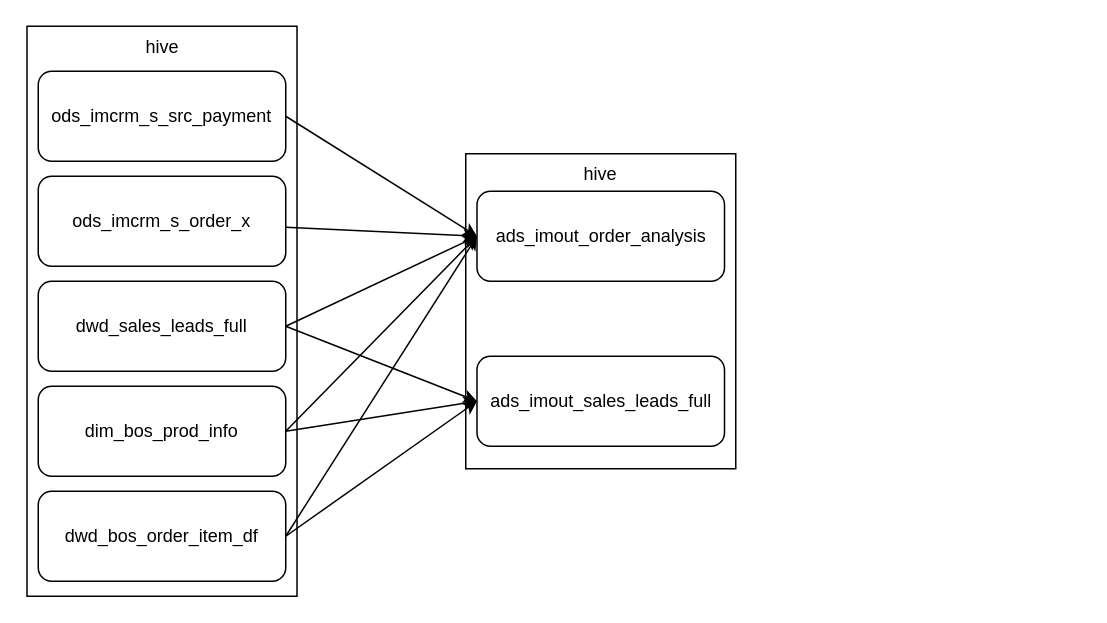
Earlier version of the draw.io diagram IM_数据中台_DS_订单表增加商品编码字段_数据链路图_V0.10.drawio (taitaibai/test). Source tidied: cells renumbered, new cells numbered last; positions are measured from the earlier drawing's top-left corner, leaving out a move shared by most shapes. Both pictures are drawn from the tidied source at 150%, with x=0, y=0 at pixel (27, 26).
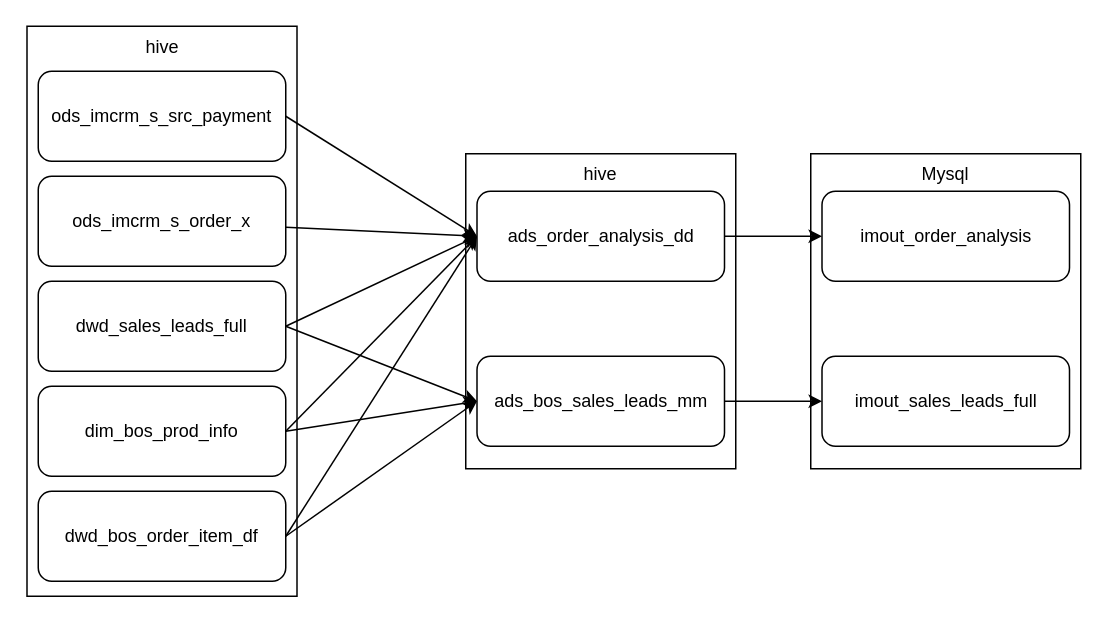
Above is the later version.

Commit message:
更新IM_数据中台_DS_订单表增加商品编码字段_数据链路图_V0.11.drawio

Diff of the diagram source:
```diff
@@
+    <mxCell id="19" value="Mysql" style="rounded=0;whiteSpace=wrap;html=1;verticalAlign=top;" parent="1" vertex="1">
+      <mxGeometry x="522" y="85" width="180" height="210" as="geometry" />
+    </mxCell>
@@
+    <mxCell id="20" style="edgeStyle=orthogonalEdgeStyle;rounded=0;jettySize=auto;html=1;entryX=0;entryY=0.5;entryDx=0;entryDy=0;" parent="1" edge="1" source="17" target="23">
+      <mxGeometry relative="1" as="geometry" />
+    </mxCell>
-    <mxCell id="17" value="ads_imout_sales_leads_full" style="rounded=1;whiteSpace=wrap;html=1;verticalAlign=middle;" parent="1" vertex="1">
+    <mxCell id="17" value="ads_bos_sales_leads_mm" style="rounded=1;whiteSpace=wrap;html=1;verticalAlign=middle;" parent="1" vertex="1">
       <mxGeometry x="299.5" y="220" width="165" height="60" as="geometry" />
     </mxCell>
+    <mxCell id="21" style="edgeStyle=orthogonalEdgeStyle;rounded=0;jettySize=auto;html=1;entryX=0;entryY=0.5;entryDx=0;entryDy=0;" parent="1" edge="1" source="18" target="22">
+      <mxGeometry relative="1" as="geometry" />
+    </mxCell>
-    <mxCell id="18" value="ads_imout_order_analysis" style="rounded=1;whiteSpace=wrap;html=1;verticalAlign=middle;" parent="1" vertex="1">
+    <mxCell id="18" value="ads_order_analysis_dd" style="rounded=1;whiteSpace=wrap;html=1;verticalAlign=middle;" parent="1" vertex="1">
       <mxGeometry x="299.5" y="110" width="165" height="60" as="geometry" />
     </mxCell>
+    <mxCell id="22" value="imout_order_analysis" style="rounded=1;whiteSpace=wrap;html=1;verticalAlign=middle;" parent="1" vertex="1">
+      <mxGeometry x="529.5" y="110" width="165" height="60" as="geometry" />
+    </mxCell>
+    <mxCell id="23" value="imout_sales_leads_full" style="rounded=1;whiteSpace=wrap;html=1;verticalAlign=middle;" parent="1" vertex="1">
+      <mxGeometry x="529.5" y="220" width="165" height="60" as="geometry" />
+    </mxCell>
```
